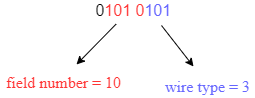
Above: protobuf/demo2.png in sihaibao/note (draw.io), before the change. Source tidied: cells renumbered, new cells last; positions are measured from the earlier drawing's top-left corner, leaving out a move shared by most shapes.
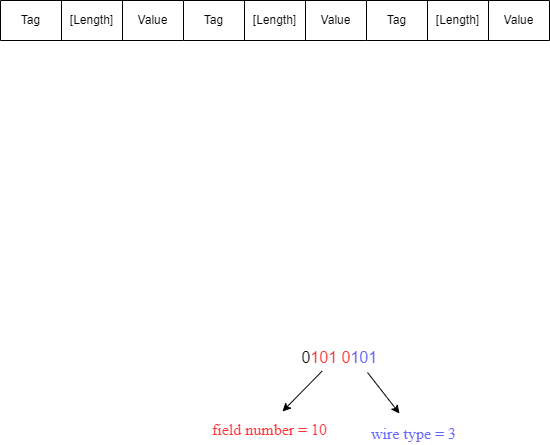
The same file after the commit.

Diff of the diagram source:
```diff
@@ -22,5 +22,50 @@
     <mxCell id="6" value="&lt;font color=&quot;#ff3333&quot;&gt;field number = 10&lt;/font&gt;" style="text;html=1;align=center;verticalAlign=middle;strokeColor=none;fillColor=none;fontSize=16;fontFamily=Times New Roman;fontColor=#000000;" parent="1" vertex="1">
       <mxGeometry y="70" width="125" height="23" as="geometry" />
     </mxCell>
+    <mxCell id="7" style="shape=table;html=1;whiteSpace=wrap;startSize=0;" parent="1" vertex="1">
+      <mxGeometry x="-206" y="-347" width="183" height="40" as="geometry" />
+    </mxCell>
+    <mxCell id="8" style="shape=tableRow;horizontal=0;startSize=0;swimlaneHead=0;swimlaneBody=0;top=0;left=0;bottom=0;right=0;fillColor=none;" parent="7" vertex="1">
+      <mxGeometry width="183" height="40" as="geometry" />
+    </mxCell>
+    <mxCell id="9" value="Tag" style="shape=partialRectangle;html=1;whiteSpace=wrap;fillColor=none;top=0;left=0;bottom=0;right=0;overflow=hidden;" parent="8" vertex="1">
+      <mxGeometry width="61" height="40" as="geometry" />
+    </mxCell>
+    <mxCell id="10" value="[Length]" style="shape=partialRectangle;html=1;whiteSpace=wrap;fillColor=none;top=0;left=0;bottom=0;right=0;overflow=hidden;" parent="8" vertex="1">
+      <mxGeometry x="61" width="61" height="40" as="geometry" />
+    </mxCell>
+    <mxCell id="11" value="Value" style="shape=partialRectangle;html=1;whiteSpace=wrap;fillColor=none;top=0;left=0;bottom=0;right=0;overflow=hidden;" parent="8" vertex="1">
+      <mxGeometry x="122" width="61" height="40" as="geometry" />
+    </mxCell>
+    <mxCell id="12" style="shape=table;html=1;whiteSpace=wrap;startSize=0;" parent="1" vertex="1">
+      <mxGeometry x="-23" y="-347" width="183" height="40" as="geometry" />
+    </mxCell>
+    <mxCell id="13" style="shape=tableRow;horizontal=0;startSize=0;swimlaneHead=0;swimlaneBody=0;top=0;left=0;bottom=0;right=0;fillColor=none;" parent="12" vertex="1">
+      <mxGeometry width="183" height="40" as="geometry" />
+    </mxCell>
+    <mxCell id="14" value="Tag" style="shape=partialRectangle;html=1;whiteSpace=wrap;fillColor=none;top=0;left=0;bottom=0;right=0;overflow=hidden;" parent="13" vertex="1">
+      <mxGeometry width="61" height="40" as="geometry" />
+    </mxCell>
+    <mxCell id="15" value="[Length]" style="shape=partialRectangle;html=1;whiteSpace=wrap;fillColor=none;top=0;left=0;bottom=0;right=0;overflow=hidden;" parent="13" vertex="1">
+      <mxGeometry x="61" width="61" height="40" as="geometry" />
+    </mxCell>
+    <mxCell id="16" value="Value" style="shape=partialRectangle;html=1;whiteSpace=wrap;fillColor=none;top=0;left=0;bottom=0;right=0;overflow=hidden;" parent="13" vertex="1">
+      <mxGeometry x="122" width="61" height="40" as="geometry" />
+    </mxCell>
+    <mxCell id="17" style="shape=table;html=1;whiteSpace=wrap;startSize=0;" parent="1" vertex="1">
+      <mxGeometry x="160" y="-347" width="183" height="40" as="geometry" />
+    </mxCell>
+    <mxCell id="18" style="shape=tableRow;horizontal=0;startSize=0;swimlaneHead=0;swimlaneBody=0;top=0;left=0;bottom=0;right=0;fillColor=none;" parent="17" vertex="1">
+      <mxGeometry width="183" height="40" as="geometry" />
+    </mxCell>
+    <mxCell id="19" value="Tag" style="shape=partialRectangle;html=1;whiteSpace=wrap;fillColor=none;top=0;left=0;bottom=0;right=0;overflow=hidden;" parent="18" vertex="1">
+      <mxGeometry width="61" height="40" as="geometry" />
+    </mxCell>
+    <mxCell id="20" value="[Length]" style="shape=partialRectangle;html=1;whiteSpace=wrap;fillColor=none;top=0;left=0;bottom=0;right=0;overflow=hidden;" parent="18" vertex="1">
+      <mxGeometry x="61" width="61" height="40" as="geometry" />
+    </mxCell>
+    <mxCell id="21" value="Value" style="shape=partialRectangle;html=1;whiteSpace=wrap;fillColor=none;top=0;left=0;bottom=0;right=0;overflow=hidden;" parent="18" vertex="1">
+      <mxGeometry x="122" width="61" height="40" as="geometry" />
+    </mxCell>
   </root>
 </mxGraphModel>
```
